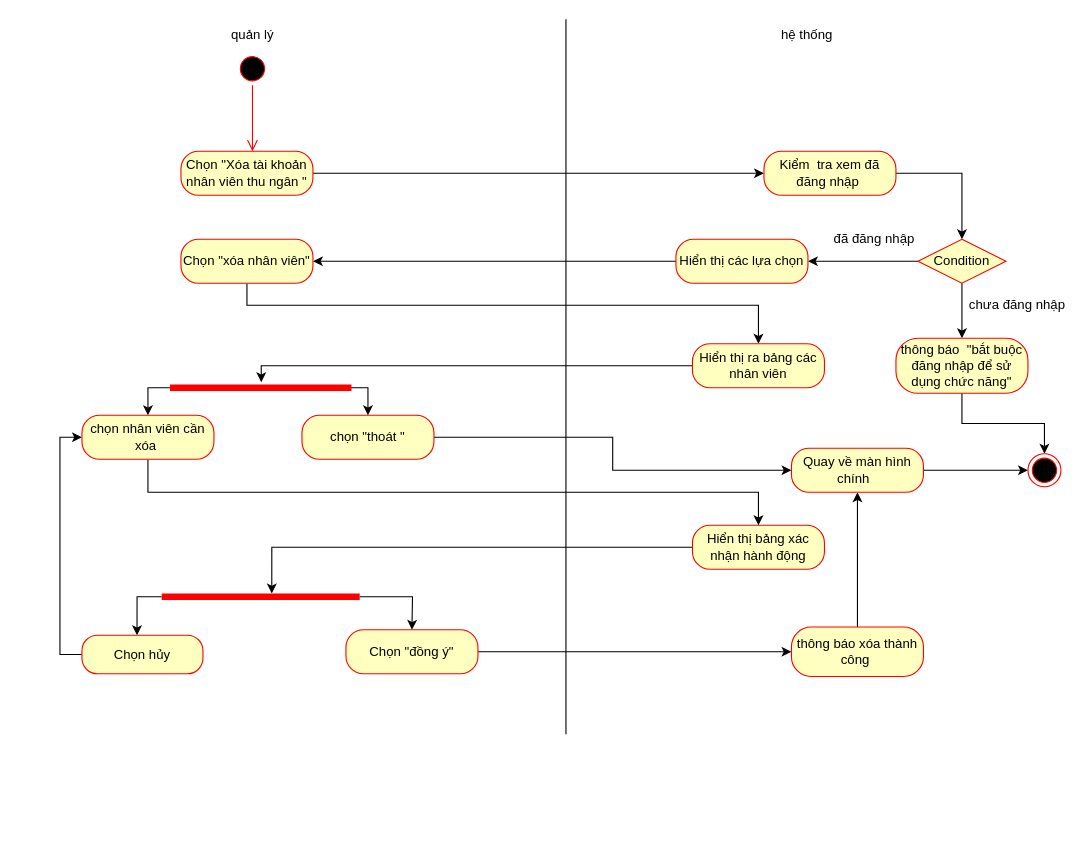
The draw.io diagram page "Page-12" (12 of 12) of Untitled Diagram.drawio in sonha1/aaaa, before the edit. Source tidied: cells renumbered, new cells numbered last; positions are measured from the earlier drawing's top-left corner, leaving out a move shared by most shapes. Both pictures are drawn from the tidied source at 110%, with x=0, y=0 at pixel (59, 19).
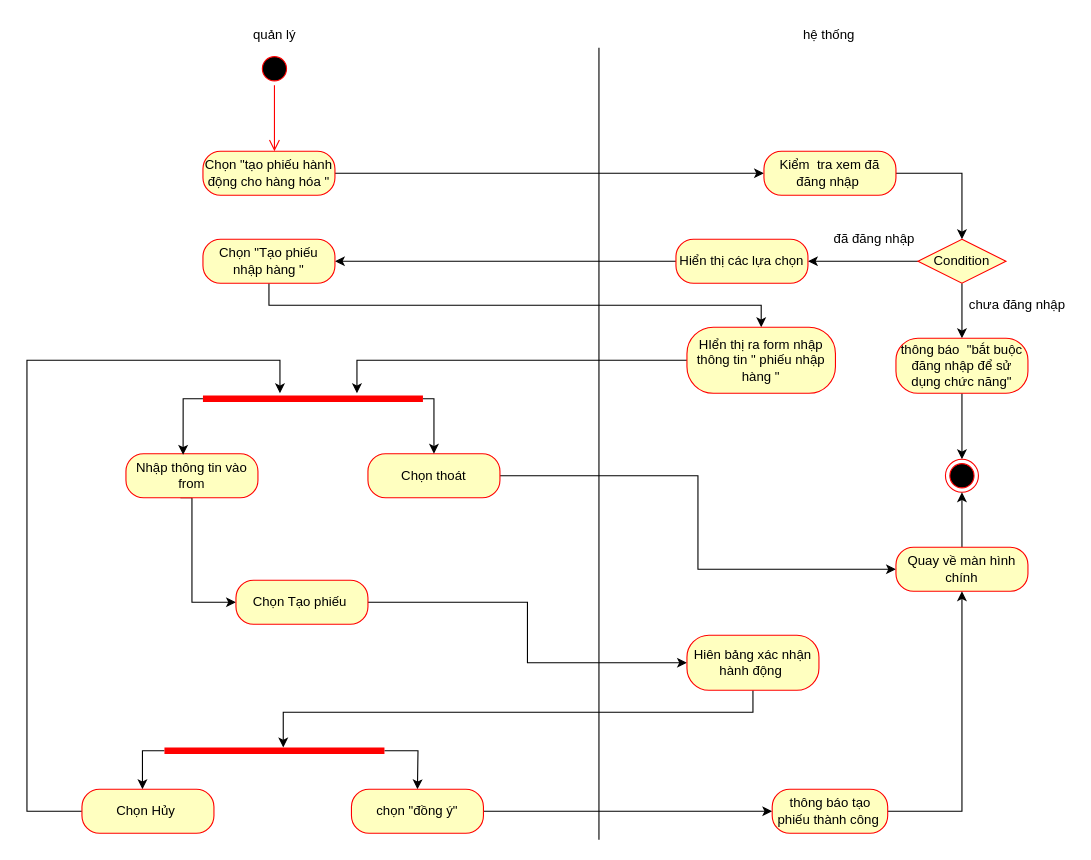
After the change.

The change refers to these unchanged cells:
```xml
<mxCell id="10" value="Kiểm&amp;nbsp; tra xem đã đăng nhập&amp;nbsp;" style="rounded=1;whiteSpace=wrap;html=1;arcSize=40;fontColor=#000000;fillColor=#ffffc0;strokeColor=#ff0000;" parent="1" vertex="1">
  <mxGeometry x="640" y="120" width="120" height="40" as="geometry" />
</mxCell>
<mxCell id="15" value="Hiển thị các lựa chọn" style="rounded=1;whiteSpace=wrap;html=1;arcSize=40;fontColor=#000000;fillColor=#ffffc0;strokeColor=#ff0000;" parent="1" vertex="1">
  <mxGeometry x="560" y="200" width="120" height="40" as="geometry" />
</mxCell>
<mxCell id="18" value="thông báo&amp;nbsp; &quot;bắt buộc đăng nhập để sử dụng chức năng&quot;" style="rounded=1;whiteSpace=wrap;html=1;arcSize=40;fontColor=#000000;fillColor=#ffffc0;strokeColor=#ff0000;" parent="1" vertex="1">
  <mxGeometry x="760" y="290" width="120" height="50" as="geometry" />
</mxCell>
```

Change to the diagram source:
```diff
@@
     <mxCell id="2" value="quản lý" style="text;strokeColor=none;fillColor=none;align=left;verticalAlign=top;spacingLeft=4;spacingRight=4;overflow=hidden;" parent="1" vertex="1">
-      <mxGeometry x="150" width="100" height="26" as="geometry" />
+      <mxGeometry x="170" width="100" height="26" as="geometry" />
     </mxCell>
     <mxCell id="3" value="hệ thống" style="text;strokeColor=none;fillColor=none;align=left;verticalAlign=top;spacingLeft=4;spacingRight=4;overflow=hidden;" parent="1" vertex="1">
-      <mxGeometry x="650" width="100" height="26" as="geometry" />
+      <mxGeometry x="670" width="100" height="26" as="geometry" />
     </mxCell>
-    <mxCell id="4" style="endArrow=none;html=1;edgeStyle=orthogonalEdgeStyle;rounded=0;" parent="1" edge="1">
-      <mxGeometry relative="1" as="geometry">
-        <mxPoint x="460" y="650" as="sourcePoint" />
-        <mxPoint x="460" as="targetPoint" />
-        <Array as="points">
-          <mxPoint x="460" />
-        </Array>
-      </mxGeometry>
-    </mxCell>
-    <mxCell id="5" style="ellipse;html=1;shape=startState;fillColor=#000000;strokeColor=#ff0000;" parent="1" vertex="1">
-      <mxGeometry x="160" y="30" width="30" height="30" as="geometry" />
-    </mxCell>
-    <mxCell id="6" style="edgeStyle=orthogonalEdgeStyle;html=1;verticalAlign=bottom;endArrow=open;endSize=8;strokeColor=#ff0000;rounded=0;" parent="1" edge="1" source="5">
-      <mxGeometry relative="1" as="geometry">
-        <mxPoint x="175" y="120" as="targetPoint" />
-      </mxGeometry>
-    </mxCell>
-    <mxCell id="7" style="edgeStyle=orthogonalEdgeStyle;rounded=0;jettySize=auto;html=1;entryX=0;entryY=0.5;entryDx=0;entryDy=0;" parent="1" edge="1" source="8" target="10">
-      <mxGeometry relative="1" as="geometry" />
-    </mxCell>
-    <mxCell id="8" value="Chọn &quot;Xóa tài khoản nhân viên thu ngân &quot;" style="rounded=1;whiteSpace=wrap;html=1;arcSize=40;fontColor=#000000;fillColor=#ffffc0;strokeColor=#ff0000;" parent="1" vertex="1">
-      <mxGeometry x="110" y="120" width="120" height="40" as="geometry" />
-    </mxCell>
+    <mxCell id="45" style="endArrow=none;html=1;edgeStyle=orthogonalEdgeStyle;rounded=0;" parent="1" edge="1">
+      <mxGeometry relative="1" as="geometry">
+        <mxPoint x="490" y="746" as="sourcePoint" />
+        <mxPoint x="490" y="26" as="targetPoint" />
+        <Array as="points">
+          <mxPoint x="490" y="26" />
+        </Array>
+      </mxGeometry>
+    </mxCell>
+    <mxCell id="46" style="ellipse;html=1;shape=startState;fillColor=#000000;strokeColor=#ff0000;" parent="1" vertex="1">
+      <mxGeometry x="180" y="30" width="30" height="30" as="geometry" />
+    </mxCell>
+    <mxCell id="47" style="edgeStyle=orthogonalEdgeStyle;html=1;verticalAlign=bottom;endArrow=open;endSize=8;strokeColor=#ff0000;rounded=0;" parent="1" edge="1" source="46">
+      <mxGeometry relative="1" as="geometry">
+        <mxPoint x="195" y="120" as="targetPoint" />
+      </mxGeometry>
+    </mxCell>
+    <mxCell id="48" style="edgeStyle=orthogonalEdgeStyle;rounded=0;jettySize=auto;html=1;" parent="1" edge="1" source="49">
+      <mxGeometry relative="1" as="geometry">
+        <mxPoint x="640" y="140" as="targetPoint" />
+      </mxGeometry>
+    </mxCell>
+    <mxCell id="49" value="Chọn &quot;tạo phiếu hành động cho hàng hóa &quot;" style="rounded=1;whiteSpace=wrap;html=1;arcSize=40;fontColor=#000000;fillColor=#ffffc0;strokeColor=#ff0000;" parent="1" vertex="1">
+      <mxGeometry x="130" y="120" width="120" height="40" as="geometry" />
+    </mxCell>
@@
-    <mxCell id="14" style="edgeStyle=orthogonalEdgeStyle;rounded=0;jettySize=auto;html=1;entryX=1;entryY=0.5;entryDx=0;entryDy=0;" parent="1" edge="1" source="15" target="20">
-      <mxGeometry relative="1" as="geometry" />
-    </mxCell>
+    <mxCell id="50" style="edgeStyle=orthogonalEdgeStyle;rounded=0;jettySize=auto;html=1;" parent="1" edge="1" source="15">
+      <mxGeometry relative="1" as="geometry">
+        <mxPoint x="250" y="220" as="targetPoint" />
+      </mxGeometry>
+    </mxCell>
@@
-    <mxCell id="17" style="edgeStyle=orthogonalEdgeStyle;rounded=0;jettySize=auto;html=1;entryX=0.5;entryY=0;entryDx=0;entryDy=0;" parent="1" edge="1" source="18" target="26">
-      <mxGeometry relative="1" as="geometry" />
-    </mxCell>
+    <mxCell id="51" style="edgeStyle=orthogonalEdgeStyle;rounded=0;jettySize=auto;html=1;entryX=0.5;entryY=0;entryDx=0;entryDy=0;" parent="1" edge="1" source="18" target="52">
+      <mxGeometry relative="1" as="geometry" />
+    </mxCell>
@@
-    <mxCell id="19" style="edgeStyle=orthogonalEdgeStyle;rounded=0;jettySize=auto;html=1;entryX=0.5;entryY=0;entryDx=0;entryDy=0;" parent="1" edge="1" source="20" target="22">
-      <mxGeometry relative="1" as="geometry">
-        <Array as="points">
-          <mxPoint x="170" y="260" />
-          <mxPoint x="635" y="260" />
-        </Array>
-      </mxGeometry>
-    </mxCell>
-    <mxCell id="20" value="Chọn &quot;xóa nhân viên&quot;" style="rounded=1;whiteSpace=wrap;html=1;arcSize=40;fontColor=#000000;fillColor=#ffffc0;strokeColor=#ff0000;" parent="1" vertex="1">
-      <mxGeometry x="110" y="200" width="120" height="40" as="geometry" />
-    </mxCell>
-    <mxCell id="21" style="edgeStyle=orthogonalEdgeStyle;rounded=0;jettySize=auto;html=1;" parent="1" edge="1" source="22" target="42">
-      <mxGeometry relative="1" as="geometry">
-        <Array as="points">
-          <mxPoint x="183" y="315" />
-        </Array>
-      </mxGeometry>
-    </mxCell>
-    <mxCell id="22" value="Hiển thị ra bảng các nhân viên" style="rounded=1;whiteSpace=wrap;html=1;arcSize=40;fontColor=#000000;fillColor=#ffffc0;strokeColor=#ff0000;" parent="1" vertex="1">
-      <mxGeometry x="575" y="295" width="120" height="40" as="geometry" />
-    </mxCell>
-    <mxCell id="23" style="edgeStyle=orthogonalEdgeStyle;rounded=0;jettySize=auto;html=1;entryX=0;entryY=0.5;entryDx=0;entryDy=0;" parent="1" edge="1" source="24" target="44">
-      <mxGeometry relative="1" as="geometry" />
-    </mxCell>
-    <mxCell id="24" value="chọn &quot;thoát &quot;" style="rounded=1;whiteSpace=wrap;html=1;arcSize=40;fontColor=#000000;fillColor=#ffffc0;strokeColor=#ff0000;" parent="1" vertex="1">
-      <mxGeometry x="220" y="360" width="120" height="40" as="geometry" />
-    </mxCell>
+    <mxCell id="52" style="ellipse;html=1;shape=endState;fillColor=#000000;strokeColor=#ff0000;" parent="1" vertex="1">
+      <mxGeometry x="805" y="400" width="30" height="30" as="geometry" />
+    </mxCell>
+    <mxCell id="53" style="edgeStyle=orthogonalEdgeStyle;rounded=0;jettySize=auto;html=1;entryX=0.5;entryY=0;entryDx=0;entryDy=0;" parent="1" edge="1" source="54" target="56">
+      <mxGeometry relative="1" as="geometry">
+        <Array as="points">
+          <mxPoint x="190" y="260" />
+          <mxPoint x="638" y="260" />
+        </Array>
+      </mxGeometry>
+    </mxCell>
+    <mxCell id="54" value="Chọn &quot;Tạo phiếu nhập hàng &quot;" style="rounded=1;whiteSpace=wrap;html=1;arcSize=40;fontColor=#000000;fillColor=#ffffc0;strokeColor=#ff0000;" parent="1" vertex="1">
+      <mxGeometry x="130" y="200" width="120" height="40" as="geometry" />
+    </mxCell>
+    <mxCell id="55" style="edgeStyle=orthogonalEdgeStyle;rounded=0;jettySize=auto;html=1;" parent="1" edge="1" source="56" target="78">
+      <mxGeometry relative="1" as="geometry">
+        <Array as="points">
+          <mxPoint x="270" y="310" />
+        </Array>
+      </mxGeometry>
+    </mxCell>
+    <mxCell id="56" value="HIển thị ra form nhập thông tin &quot; phiếu nhập hàng &quot;" style="rounded=1;whiteSpace=wrap;html=1;arcSize=40;fontColor=#000000;fillColor=#ffffc0;strokeColor=#ff0000;" parent="1" vertex="1">
+      <mxGeometry x="570" y="280" width="135" height="60" as="geometry" />
+    </mxCell>
+    <mxCell id="57" style="edgeStyle=orthogonalEdgeStyle;rounded=0;jettySize=auto;html=1;exitX=0.5;exitY=1;exitDx=0;exitDy=0;" parent="1" edge="1" source="59">
+      <mxGeometry relative="1" as="geometry">
+        <mxPoint x="110" y="400" as="targetPoint" />
+      </mxGeometry>
+    </mxCell>
+    <mxCell id="58" style="edgeStyle=orthogonalEdgeStyle;rounded=0;jettySize=auto;html=1;entryX=0;entryY=0.5;entryDx=0;entryDy=0;" parent="1" edge="1" source="59" target="64">
+      <mxGeometry relative="1" as="geometry" />
+    </mxCell>
+    <mxCell id="59" value="Nhập thông tin vào from" style="rounded=1;whiteSpace=wrap;html=1;arcSize=40;fontColor=#000000;fillColor=#ffffc0;strokeColor=#ff0000;" parent="1" vertex="1">
+      <mxGeometry x="60" y="395" width="120" height="40" as="geometry" />
+    </mxCell>
+    <mxCell id="60" style="edgeStyle=orthogonalEdgeStyle;rounded=0;jettySize=auto;html=1;entryX=0;entryY=0.5;entryDx=0;entryDy=0;" parent="1" edge="1" source="61" target="44">
+      <mxGeometry relative="1" as="geometry" />
+    </mxCell>
+    <mxCell id="61" value="Chọn thoát" style="rounded=1;whiteSpace=wrap;html=1;arcSize=40;fontColor=#000000;fillColor=#ffffc0;strokeColor=#ff0000;" parent="1" vertex="1">
+      <mxGeometry x="280" y="395" width="120" height="40" as="geometry" />
+    </mxCell>
+    <mxCell id="62" style="edgeStyle=orthogonalEdgeStyle;rounded=0;jettySize=auto;html=1;entryX=0.5;entryY=1;entryDx=0;entryDy=0;" parent="1" edge="1" source="44" target="52">
+      <mxGeometry relative="1" as="geometry" />
+    </mxCell>
+    <mxCell id="44" value="Quay về màn hình chính" style="rounded=1;whiteSpace=wrap;html=1;arcSize=40;fontColor=#000000;fillColor=#ffffc0;strokeColor=#ff0000;" parent="1" vertex="1">
+      <mxGeometry x="760" y="480" width="120" height="40" as="geometry" />
+    </mxCell>
+    <mxCell id="63" style="edgeStyle=orthogonalEdgeStyle;rounded=0;jettySize=auto;html=1;entryX=0;entryY=0.5;entryDx=0;entryDy=0;" parent="1" edge="1" source="64" target="66">
+      <mxGeometry relative="1" as="geometry" />
+    </mxCell>
+    <mxCell id="64" value="Chọn Tạo phiếu&amp;nbsp;" style="rounded=1;whiteSpace=wrap;html=1;arcSize=40;fontColor=#000000;fillColor=#ffffc0;strokeColor=#ff0000;" parent="1" vertex="1">
+      <mxGeometry x="160" y="510" width="120" height="40" as="geometry" />
+    </mxCell>
+    <mxCell id="65" style="edgeStyle=orthogonalEdgeStyle;rounded=0;jettySize=auto;html=1;entryX=0.54;entryY=0.2;entryDx=0;entryDy=0;entryPerimeter=0;" parent="1" edge="1" source="66" target="69">
+      <mxGeometry relative="1" as="geometry">
+        <Array as="points">
+          <mxPoint x="630" y="630" />
+          <mxPoint x="203" y="630" />
+        </Array>
+      </mxGeometry>
+    </mxCell>
+    <mxCell id="66" value="Hiên bảng xác nhận hành động&amp;nbsp;" style="rounded=1;whiteSpace=wrap;html=1;arcSize=40;fontColor=#000000;fillColor=#ffffc0;strokeColor=#ff0000;" parent="1" vertex="1">
+      <mxGeometry x="570" y="560" width="120" height="50" as="geometry" />
+    </mxCell>
@@
-    <mxCell id="26" style="ellipse;html=1;shape=endState;fillColor=#000000;strokeColor=#ff0000;" parent="1" vertex="1">
-      <mxGeometry x="880" y="395" width="30" height="30" as="geometry" />
-    </mxCell>
-    <mxCell id="27" style="edgeStyle=orthogonalEdgeStyle;rounded=0;jettySize=auto;html=1;entryX=0.556;entryY=0.2;entryDx=0;entryDy=0;entryPerimeter=0;" parent="1" edge="1" source="28" target="31">
-      <mxGeometry relative="1" as="geometry" />
-    </mxCell>
-    <mxCell id="28" value="Hiển thị bảng xác nhận hành động" style="rounded=1;whiteSpace=wrap;html=1;arcSize=40;fontColor=#000000;fillColor=#ffffc0;strokeColor=#ff0000;" parent="1" vertex="1">
-      <mxGeometry x="575" y="460" width="120" height="40" as="geometry" />
-    </mxCell>
-    <mxCell id="29" style="edgeStyle=orthogonalEdgeStyle;rounded=0;jettySize=auto;html=1;" parent="1" edge="1" source="31">
-      <mxGeometry relative="1" as="geometry">
-        <mxPoint x="320" y="555" as="targetPoint" />
-      </mxGeometry>
-    </mxCell>
-    <mxCell id="30" style="edgeStyle=orthogonalEdgeStyle;rounded=0;jettySize=auto;html=1;entryX=0.455;entryY=0;entryDx=0;entryDy=0;entryPerimeter=0;" parent="1" edge="1" source="31" target="33">
-      <mxGeometry relative="1" as="geometry">
-        <Array as="points">
-          <mxPoint x="70" y="525" />
-        </Array>
-      </mxGeometry>
-    </mxCell>
-    <mxCell id="31" style="shape=line;html=1;strokeWidth=6;strokeColor=#ff0000;" parent="1" vertex="1">
-      <mxGeometry x="92.5" y="520" width="180" height="10" as="geometry" />
-    </mxCell>
-    <mxCell id="32" style="edgeStyle=orthogonalEdgeStyle;rounded=0;jettySize=auto;html=1;entryX=0;entryY=0.5;entryDx=0;entryDy=0;" parent="1" edge="1" source="33" target="39">
-      <mxGeometry relative="1" as="geometry">
-        <Array as="points">
-          <mxPoint y="578" />
-          <mxPoint y="380" />
-        </Array>
-      </mxGeometry>
-    </mxCell>
-    <mxCell id="33" value="Chọn hủy" style="rounded=1;whiteSpace=wrap;html=1;arcSize=40;fontColor=#000000;fillColor=#ffffc0;strokeColor=#ff0000;" parent="1" vertex="1">
-      <mxGeometry x="20" y="560" width="110" height="35" as="geometry" />
-    </mxCell>
-    <mxCell id="34" style="edgeStyle=orthogonalEdgeStyle;rounded=0;jettySize=auto;html=1;entryX=0;entryY=0.5;entryDx=0;entryDy=0;" parent="1" edge="1" source="35" target="37">
-      <mxGeometry relative="1" as="geometry" />
-    </mxCell>
-    <mxCell id="35" value="Chọn &quot;đồng ý&quot;" style="rounded=1;whiteSpace=wrap;html=1;arcSize=40;fontColor=#000000;fillColor=#ffffc0;strokeColor=#ff0000;" parent="1" vertex="1">
-      <mxGeometry x="260" y="555" width="120" height="40" as="geometry" />
-    </mxCell>
-    <mxCell id="36" style="edgeStyle=orthogonalEdgeStyle;rounded=0;jettySize=auto;html=1;entryX=0.5;entryY=1;entryDx=0;entryDy=0;" parent="1" edge="1" source="37" target="44">
-      <mxGeometry relative="1" as="geometry" />
-    </mxCell>
-    <mxCell id="37" value="thông báo xóa thành công&amp;nbsp;" style="rounded=1;whiteSpace=wrap;html=1;arcSize=40;fontColor=#000000;fillColor=#ffffc0;strokeColor=#ff0000;" parent="1" vertex="1">
-      <mxGeometry x="665" y="552.5" width="120" height="45" as="geometry" />
-    </mxCell>
-    <mxCell id="38" style="edgeStyle=orthogonalEdgeStyle;rounded=0;jettySize=auto;html=1;" parent="1" edge="1" source="39" target="28">
-      <mxGeometry relative="1" as="geometry">
-        <Array as="points">
-          <mxPoint x="80" y="430" />
-          <mxPoint x="635" y="430" />
-        </Array>
-      </mxGeometry>
-    </mxCell>
-    <mxCell id="39" value="chọn nhân viên cần xóa&amp;nbsp;" style="rounded=1;whiteSpace=wrap;html=1;arcSize=40;fontColor=#000000;fillColor=#ffffc0;strokeColor=#ff0000;" parent="1" vertex="1">
-      <mxGeometry x="20" y="360" width="120" height="40" as="geometry" />
-    </mxCell>
-    <mxCell id="40" style="edgeStyle=orthogonalEdgeStyle;rounded=0;jettySize=auto;html=1;entryX=0.5;entryY=0;entryDx=0;entryDy=0;" parent="1" edge="1" source="42" target="39">
-      <mxGeometry relative="1" as="geometry">
-        <Array as="points">
-          <mxPoint x="80" y="335" />
-        </Array>
-      </mxGeometry>
-    </mxCell>
-    <mxCell id="41" style="edgeStyle=orthogonalEdgeStyle;rounded=0;jettySize=auto;html=1;exitX=0.964;exitY=0.5;exitDx=0;exitDy=0;exitPerimeter=0;" parent="1" edge="1" source="42" target="24">
-      <mxGeometry relative="1" as="geometry">
-        <Array as="points">
-          <mxPoint x="280" y="335" />
-        </Array>
-      </mxGeometry>
-    </mxCell>
-    <mxCell id="42" style="shape=line;html=1;strokeWidth=6;strokeColor=#ff0000;" parent="1" vertex="1">
-      <mxGeometry x="100" y="330" width="165" height="10" as="geometry" />
-    </mxCell>
-    <mxCell id="43" style="edgeStyle=orthogonalEdgeStyle;rounded=0;jettySize=auto;html=1;entryX=0;entryY=0.5;entryDx=0;entryDy=0;" parent="1" edge="1" source="44" target="26">
-      <mxGeometry relative="1" as="geometry" />
-    </mxCell>
-    <mxCell id="44" value="Quay về màn hình chính&amp;nbsp;&amp;nbsp;" style="rounded=1;whiteSpace=wrap;html=1;arcSize=40;fontColor=#000000;fillColor=#ffffc0;strokeColor=#ff0000;" parent="1" vertex="1">
-      <mxGeometry x="665" y="390" width="120" height="40" as="geometry" />
-    </mxCell>
+    <mxCell id="67" style="edgeStyle=orthogonalEdgeStyle;rounded=0;jettySize=auto;html=1;" parent="1" edge="1" source="69">
+      <mxGeometry relative="1" as="geometry">
+        <mxPoint x="325" y="700" as="targetPoint" />
+      </mxGeometry>
+    </mxCell>
+    <mxCell id="68" style="edgeStyle=orthogonalEdgeStyle;rounded=0;jettySize=auto;html=1;" parent="1" edge="1" source="69">
+      <mxGeometry relative="1" as="geometry">
+        <mxPoint x="75" y="700" as="targetPoint" />
+        <Array as="points">
+          <mxPoint x="75" y="665" />
+        </Array>
+      </mxGeometry>
+    </mxCell>
+    <mxCell id="69" style="shape=line;html=1;strokeWidth=6;strokeColor=#ff0000;" parent="1" vertex="1">
+      <mxGeometry x="95" y="660" width="200" height="10" as="geometry" />
+    </mxCell>
+    <mxCell id="70" style="edgeStyle=orthogonalEdgeStyle;rounded=0;jettySize=auto;html=1;entryX=0;entryY=0.5;entryDx=0;entryDy=0;" parent="1" edge="1" source="71" target="75">
+      <mxGeometry relative="1" as="geometry" />
+    </mxCell>
+    <mxCell id="71" value="chọn &quot;đồng ý&quot;" style="rounded=1;whiteSpace=wrap;html=1;arcSize=40;fontColor=#000000;fillColor=#ffffc0;strokeColor=#ff0000;" parent="1" vertex="1">
+      <mxGeometry x="265" y="700" width="120" height="40" as="geometry" />
+    </mxCell>
+    <mxCell id="72" style="edgeStyle=orthogonalEdgeStyle;rounded=0;jettySize=auto;html=1;" parent="1" edge="1" source="73" target="78">
+      <mxGeometry relative="1" as="geometry">
+        <Array as="points">
+          <mxPoint x="-30" y="720" />
+          <mxPoint x="-30" y="310" />
+          <mxPoint x="200" y="310" />
+        </Array>
+      </mxGeometry>
+    </mxCell>
+    <mxCell id="73" value="Chọn Hủy&amp;nbsp;" style="rounded=1;whiteSpace=wrap;html=1;arcSize=40;fontColor=#000000;fillColor=#ffffc0;strokeColor=#ff0000;" parent="1" vertex="1">
+      <mxGeometry x="20" y="700" width="120" height="40" as="geometry" />
+    </mxCell>
+    <mxCell id="74" style="edgeStyle=orthogonalEdgeStyle;rounded=0;jettySize=auto;html=1;entryX=0.5;entryY=1;entryDx=0;entryDy=0;" parent="1" edge="1" source="75" target="44">
+      <mxGeometry relative="1" as="geometry">
+        <Array as="points">
+          <mxPoint x="820" y="720" />
+        </Array>
+      </mxGeometry>
+    </mxCell>
+    <mxCell id="75" value="thông báo tạo phiếu thành công&amp;nbsp;" style="rounded=1;whiteSpace=wrap;html=1;arcSize=40;fontColor=#000000;fillColor=#ffffc0;strokeColor=#ff0000;" parent="1" vertex="1">
+      <mxGeometry x="647.5" y="700" width="105" height="40" as="geometry" />
+    </mxCell>
+    <mxCell id="76" style="edgeStyle=orthogonalEdgeStyle;rounded=0;jettySize=auto;html=1;entryX=0.433;entryY=0.025;entryDx=0;entryDy=0;entryPerimeter=0;" parent="1" edge="1" source="78" target="59">
+      <mxGeometry relative="1" as="geometry">
+        <Array as="points">
+          <mxPoint x="112" y="345" />
+        </Array>
+      </mxGeometry>
+    </mxCell>
+    <mxCell id="77" style="edgeStyle=orthogonalEdgeStyle;rounded=0;jettySize=auto;html=1;entryX=0.5;entryY=0;entryDx=0;entryDy=0;" parent="1" edge="1" source="78" target="61">
+      <mxGeometry relative="1" as="geometry">
+        <Array as="points">
+          <mxPoint x="340" y="345" />
+        </Array>
+      </mxGeometry>
+    </mxCell>
+    <mxCell id="78" style="shape=line;html=1;strokeWidth=6;strokeColor=#ff0000;" parent="1" vertex="1">
+      <mxGeometry x="130" y="340" width="200" height="10" as="geometry" />
+    </mxCell>
```
